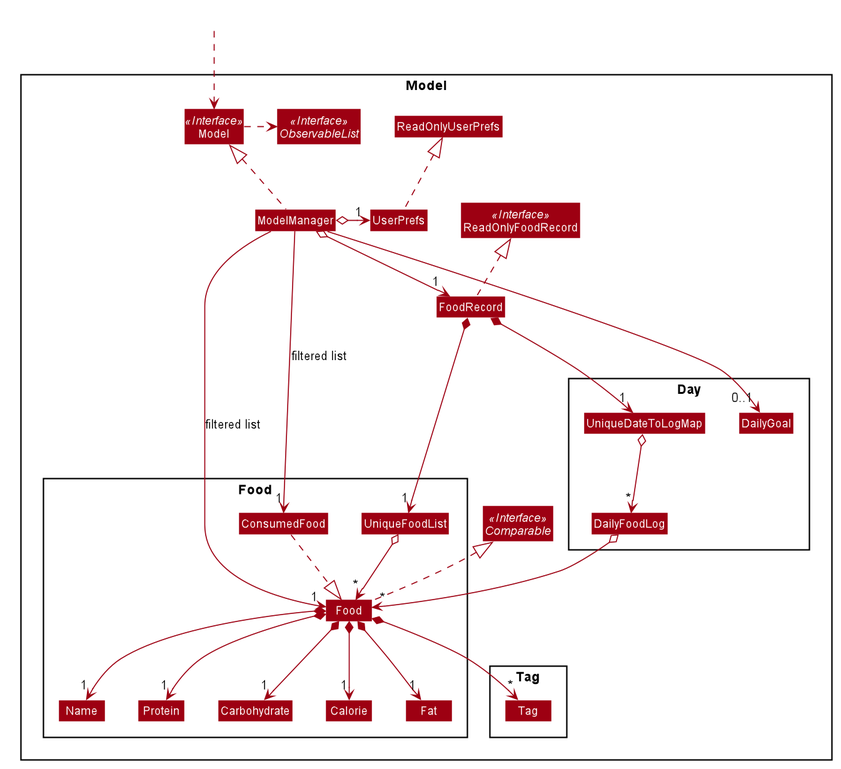
This is images/ModelClassDiagram.png from AY1920S2-CS2103T-F11-1/main, a PlantUML export, as it was before one commit.
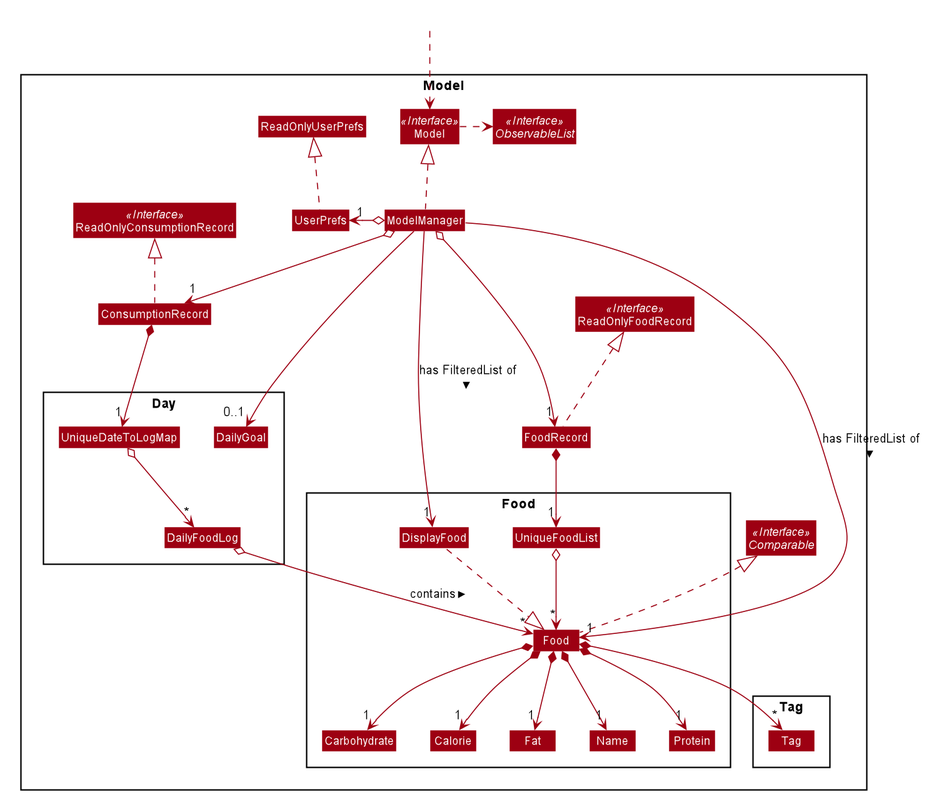
After the change.

Diff of the diagram source:
```diff
@@ -1,4 +1,5 @@
 @startuml
+
 
 
 
@@ -53,11 +54,14 @@
 
 Package Model <<Rectangle>>{
 Interface ReadOnlyFoodRecord <<Interface>>
+Interface ReadOnlyConsumptionRecord <<Interface>>
 Interface Model <<Interface>>
 Interface ObservableList <<Interface>>
 Interface Comparable <<Interface>>
 Class FoodRecord
+Class ConsumptionRecord
 Class ReadOnlyFoodRecord
+Class ReadOnlyConsumptionRecord
 Class Model
 Class ModelManager
 Class UserPrefs
@@ -66,7 +70,7 @@
 Package Food {
 Class Carbohydrate
 Class Calorie
-Class ConsumedFood
+Class DisplayFood
 Class Food
 Class Fat
 Class Name
@@ -89,14 +93,16 @@
 HiddenOutside ..> Model
 
 FoodRecord .up.|> ReadOnlyFoodRecord
+ConsumptionRecord .up.|> ReadOnlyConsumptionRecord
 
 ModelManager .up.|> Model
 Model .right.> ObservableList
 ModelManager o--> "1" FoodRecord
+ModelManager o--> "1" ConsumptionRecord
 ModelManager o-left-> "1" UserPrefs
 UserPrefs .up.|> ReadOnlyUserPrefs
 Food .up.|> Comparable
-ConsumedFood .down.|> Food
+DisplayFood .down.|> Food
 
 FoodRecord *--> "1" UniqueFoodList
 UniqueFoodList o--> "*" Food
@@ -107,11 +113,11 @@
 Food *--> "1" Fat
 Food *--> "*" Tag
 
-FoodRecord *--> "1" UniqueDateToLogMap
+ConsumptionRecord *--> "1" UniqueDateToLogMap
 UniqueDateToLogMap o--> "*" DailyFoodLog
-DailyFoodLog o--> "*" Food
+DailyFoodLog o--> "*" Food : contains >
 ModelManager --> "0..1" DailyGoal
 
-ModelManager -->"1" Food : filtered list
-ModelManager -->"1" ConsumedFood : filtered list
+ModelManager -->"1" Food : has FilteredList of >
+ModelManager -->"1" DisplayFood : has FilteredList of >
 @enduml
```
